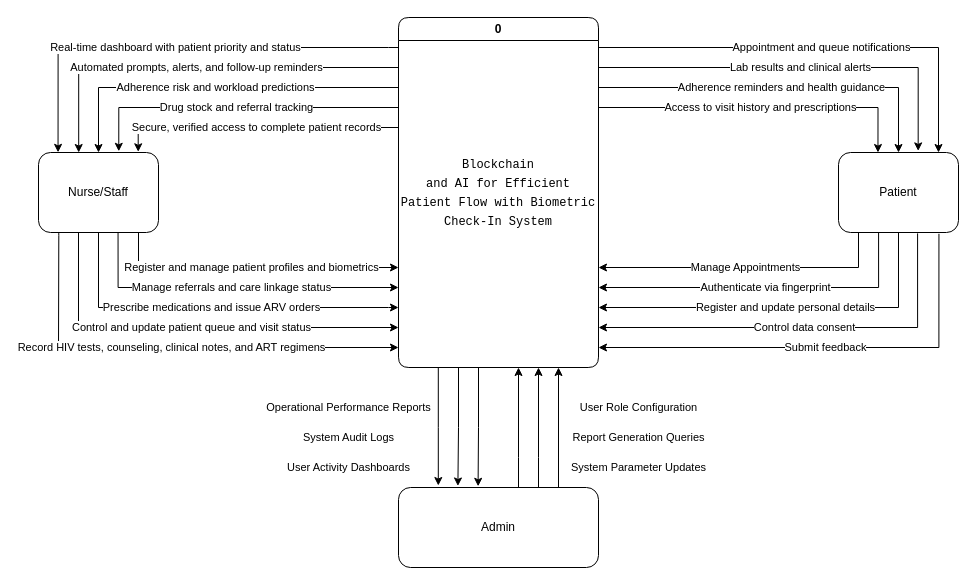
perez-mj/hiv-capstone-front keeps this draw.io diagram as page "Page-1" (1 of 2) of context-diagram.drawio. Above is the earlier version. Source tidied: cells renumbered, new cells numbered last; positions are measured from the earlier drawing's top-left corner, leaving out a move shared by most shapes. Both pictures are drawn from the tidied source at 100%, with x=0, y=0 at pixel (38, 17).
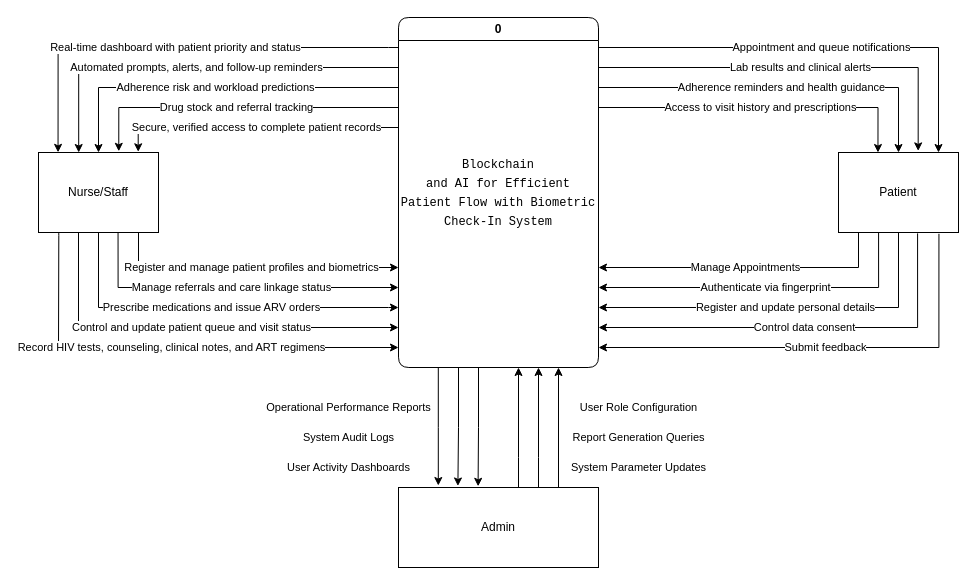
After the change.

What changed in the source:
```diff
@@
-    <mxCell id="9" value="Nurse/Staff" style="rounded=1;whiteSpace=wrap;html=1;" parent="1" vertex="1">
+    <mxCell id="9" value="Nurse/Staff" style="rounded=0;whiteSpace=wrap;html=1;" parent="1" vertex="1">
       <mxGeometry y="135" width="120" height="80" as="geometry" />
     </mxCell>
@@
-    <mxCell id="15" value="Patient" style="rounded=1;whiteSpace=wrap;html=1;" parent="1" vertex="1">
+    <mxCell id="15" value="Patient" style="rounded=0;whiteSpace=wrap;html=1;" parent="1" vertex="1">
       <mxGeometry x="800" y="135" width="120" height="80" as="geometry" />
     </mxCell>
@@
-    <mxCell id="28" value="Admin" style="rounded=1;whiteSpace=wrap;html=1;" parent="1" vertex="1">
+    <mxCell id="28" value="Admin" style="rounded=0;whiteSpace=wrap;html=1;" parent="1" vertex="1">
       <mxGeometry x="360" y="470" width="200" height="80" as="geometry" />
     </mxCell>
```
